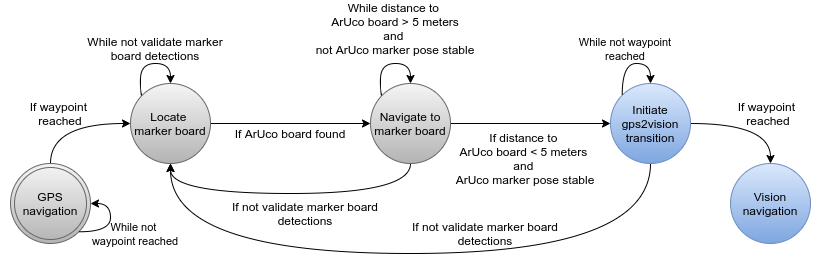
Before: master_report/Figures/state_machine_gps2vision_transition.png, a diagram exported from draw.io (Kenil16/master_project). Source tidied: cells renumbered, new cells last; positions are measured from the earlier drawing's top-left corner, leaving out a move shared by most shapes. Its diagram source:
```xml
<mxGraphModel>
  <root>
    <mxCell id="0" />
    <mxCell id="1" parent="0" />
    <mxCell id="2" style="edgeStyle=orthogonalEdgeStyle;curved=1;rounded=0;jettySize=auto;html=1;exitX=1;exitY=0.5;exitDx=0;exitDy=0;entryX=0;entryY=0.5;entryDx=0;entryDy=0;endArrow=classic;endFill=1;" parent="1" edge="1" source="4" target="7">
      <mxGeometry relative="1" as="geometry" />
    </mxCell>
    <mxCell id="3" style="edgeStyle=orthogonalEdgeStyle;curved=1;rounded=0;jettySize=auto;html=1;exitX=0.5;exitY=1;exitDx=0;exitDy=0;entryX=0.5;entryY=1;entryDx=0;entryDy=0;endArrow=classic;endFill=1;" parent="1" edge="1" source="4" target="9">
      <mxGeometry relative="1" as="geometry">
        <Array as="points">
          <mxPoint x="410" y="180" />
          <mxPoint x="170" y="180" />
        </Array>
      </mxGeometry>
    </mxCell>
    <mxCell id="4" value="Navigate to marker board" style="ellipse;whiteSpace=wrap;html=1;gradientColor=#b3b3b3;fillColor=#f5f5f5;strokeColor=#666666;" parent="1" vertex="1">
      <mxGeometry x="370" y="70" width="80" height="80" as="geometry" />
    </mxCell>
    <mxCell id="5" style="edgeStyle=orthogonalEdgeStyle;curved=1;rounded=0;jettySize=auto;html=1;exitX=1;exitY=0.5;exitDx=0;exitDy=0;entryX=0.5;entryY=0;entryDx=0;entryDy=0;endArrow=classic;endFill=1;" parent="1" edge="1" source="7" target="10">
      <mxGeometry relative="1" as="geometry" />
    </mxCell>
    <mxCell id="6" style="edgeStyle=orthogonalEdgeStyle;curved=1;rounded=0;jettySize=auto;html=1;exitX=0.5;exitY=1;exitDx=0;exitDy=0;entryX=0.5;entryY=1;entryDx=0;entryDy=0;endArrow=classic;endFill=1;" parent="1" edge="1" source="7" target="9">
      <mxGeometry relative="1" as="geometry">
        <Array as="points">
          <mxPoint x="650" y="240" />
          <mxPoint x="170" y="240" />
        </Array>
      </mxGeometry>
    </mxCell>
    <mxCell id="7" value="Initiate gps2vision transition" style="ellipse;whiteSpace=wrap;html=1;gradientColor=#7ea6e0;fillColor=#dae8fc;strokeColor=#6c8ebf;" parent="1" vertex="1">
      <mxGeometry x="610" y="70" width="80" height="80" as="geometry" />
    </mxCell>
    <mxCell id="8" style="edgeStyle=orthogonalEdgeStyle;curved=1;rounded=0;jettySize=auto;html=1;entryX=0;entryY=0.5;entryDx=0;entryDy=0;endArrow=classic;endFill=1;" parent="1" edge="1" source="9" target="4">
      <mxGeometry relative="1" as="geometry" />
    </mxCell>
    <mxCell id="9" value="Locate &lt;br&gt;marker board" style="ellipse;whiteSpace=wrap;html=1;gradientColor=#b3b3b3;fillColor=#f5f5f5;strokeColor=#666666;" parent="1" vertex="1">
      <mxGeometry x="130" y="70" width="80" height="80" as="geometry" />
    </mxCell>
    <mxCell id="10" value="Vision navigation" style="ellipse;whiteSpace=wrap;html=1;gradientColor=#7ea6e0;fillColor=#dae8fc;strokeColor=#6c8ebf;" parent="1" vertex="1">
      <mxGeometry x="730" y="150" width="80" height="80" as="geometry" />
    </mxCell>
    <mxCell id="11" value="&lt;span style=&quot;font-size: 11px ; background-color: rgb(255 , 255 , 255)&quot;&gt;While not &lt;br&gt;waypoint&amp;nbsp;&lt;/span&gt;&lt;span style=&quot;font-size: 11px ; background-color: rgb(255 , 255 , 255)&quot;&gt;reached&lt;/span&gt;" style="text;html=1;strokeColor=none;fillColor=none;align=center;verticalAlign=middle;whiteSpace=wrap;rounded=0;" parent="1" vertex="1">
      <mxGeometry x="80" y="205" width="110" height="30" as="geometry" />
    </mxCell>
    <mxCell id="12" value="If waypoint &lt;br&gt;reached" style="text;html=1;strokeColor=none;fillColor=none;align=center;verticalAlign=middle;whiteSpace=wrap;rounded=0;" parent="1" vertex="1">
      <mxGeometry y="90" width="120" height="20" as="geometry" />
    </mxCell>
    <mxCell id="13" value="While distance to &lt;br&gt;ArUco board &amp;gt; 5 meters&lt;br&gt;and &lt;br&gt;not ArUco marker pose stable" style="text;html=1;strokeColor=none;fillColor=none;align=center;verticalAlign=middle;whiteSpace=wrap;rounded=0;" parent="1" vertex="1">
      <mxGeometry x="270" width="250" height="30" as="geometry" />
    </mxCell>
    <mxCell id="14" value="If ArUco board found" style="text;html=1;strokeColor=none;fillColor=none;align=center;verticalAlign=middle;whiteSpace=wrap;rounded=0;" parent="1" vertex="1">
      <mxGeometry x="220" y="110" width="140" height="20" as="geometry" />
    </mxCell>
    <mxCell id="15" value="If not validate marker board detections" style="text;html=1;strokeColor=none;fillColor=none;align=center;verticalAlign=middle;whiteSpace=wrap;rounded=0;" parent="1" vertex="1">
      <mxGeometry x="230" y="190" width="150" height="20" as="geometry" />
    </mxCell>
    <mxCell id="16" value="If distance to &lt;br&gt;ArUco board &amp;lt; 5 meters &lt;br&gt;and &lt;br&gt;ArUco marker pose stable" style="text;html=1;strokeColor=none;fillColor=none;align=center;verticalAlign=middle;whiteSpace=wrap;rounded=0;" parent="1" vertex="1">
      <mxGeometry x="400" y="130" width="250" height="30" as="geometry" />
    </mxCell>
    <mxCell id="17" style="edgeStyle=orthogonalEdgeStyle;curved=1;rounded=0;orthogonalLoop=1;jettySize=auto;html=1;exitX=0;exitY=0;exitDx=0;exitDy=0;entryX=0.5;entryY=0;entryDx=0;entryDy=0;endArrow=classic;endFill=1;" parent="1" edge="1" source="4" target="4">
      <mxGeometry relative="1" as="geometry">
        <Array as="points">
          <mxPoint x="380" y="82" />
          <mxPoint x="380" y="50" />
          <mxPoint x="410" y="50" />
        </Array>
      </mxGeometry>
    </mxCell>
    <mxCell id="18" style="edgeStyle=orthogonalEdgeStyle;curved=1;rounded=0;orthogonalLoop=1;jettySize=auto;html=1;exitX=0;exitY=0;exitDx=0;exitDy=0;entryX=0.5;entryY=0;entryDx=0;entryDy=0;endArrow=classic;endFill=1;" parent="1" edge="1" source="9" target="9">
      <mxGeometry relative="1" as="geometry">
        <Array as="points">
          <mxPoint x="140" y="82" />
          <mxPoint x="140" y="50" />
          <mxPoint x="170" y="50" />
        </Array>
      </mxGeometry>
    </mxCell>
    <mxCell id="19" style="edgeStyle=orthogonalEdgeStyle;curved=1;rounded=0;orthogonalLoop=1;jettySize=auto;html=1;exitX=0;exitY=0;exitDx=0;exitDy=0;entryX=0.5;entryY=0;entryDx=0;entryDy=0;endArrow=classic;endFill=1;" parent="1" edge="1" source="7" target="7">
      <mxGeometry relative="1" as="geometry">
        <Array as="points">
          <mxPoint x="622" y="50" />
          <mxPoint x="650" y="50" />
        </Array>
      </mxGeometry>
    </mxCell>
    <mxCell id="20" value="&lt;span style=&quot;font-size: 11px ; background-color: rgb(255 , 255 , 255)&quot;&gt;While not waypoint&lt;/span&gt;&lt;br style=&quot;font-size: 11px&quot;&gt;&lt;span style=&quot;font-size: 11px ; background-color: rgb(255 , 255 , 255)&quot;&gt;reached&lt;/span&gt;" style="text;html=1;strokeColor=none;fillColor=none;align=center;verticalAlign=middle;whiteSpace=wrap;rounded=0;" parent="1" vertex="1">
      <mxGeometry x="570" y="20" width="110" height="30" as="geometry" />
    </mxCell>
    <mxCell id="21" value="If waypoint &lt;br&gt;reached" style="text;html=1;strokeColor=none;fillColor=none;align=center;verticalAlign=middle;whiteSpace=wrap;rounded=0;" parent="1" vertex="1">
      <mxGeometry x="707.5" y="90" width="120" height="20" as="geometry" />
    </mxCell>
    <mxCell id="22" style="edgeStyle=orthogonalEdgeStyle;curved=1;rounded=0;orthogonalLoop=1;jettySize=auto;html=1;exitX=0.5;exitY=1;exitDx=0;exitDy=0;endArrow=classic;endFill=1;" parent="1" edge="1" source="12" target="12">
      <mxGeometry relative="1" as="geometry" />
    </mxCell>
    <mxCell id="23" value="If not validate marker board detections" style="text;html=1;strokeColor=none;fillColor=none;align=center;verticalAlign=middle;whiteSpace=wrap;rounded=0;" parent="1" vertex="1">
      <mxGeometry x="410" y="210" width="150" height="20" as="geometry" />
    </mxCell>
    <mxCell id="24" style="edgeStyle=orthogonalEdgeStyle;curved=1;rounded=0;jettySize=auto;html=1;exitX=0.5;exitY=0;exitDx=0;exitDy=0;entryX=0;entryY=0.5;entryDx=0;entryDy=0;endArrow=classic;endFill=1;" parent="1" edge="1" source="25" target="9">
      <mxGeometry relative="1" as="geometry" />
    </mxCell>
    <mxCell id="25" value="GPS&lt;br&gt;navigation" style="ellipse;shape=doubleEllipse;whiteSpace=wrap;html=1;gradientColor=#b3b3b3;fillColor=#f5f5f5;strokeColor=#666666;" parent="1" vertex="1">
      <mxGeometry x="10" y="150" width="80" height="80" as="geometry" />
    </mxCell>
    <mxCell id="26" style="edgeStyle=orthogonalEdgeStyle;curved=1;rounded=0;orthogonalLoop=1;jettySize=auto;html=1;exitX=1;exitY=1;exitDx=0;exitDy=0;entryX=1;entryY=0.5;entryDx=0;entryDy=0;endArrow=classic;endFill=1;" parent="1" edge="1" source="25" target="25">
      <mxGeometry relative="1" as="geometry">
        <Array as="points">
          <mxPoint x="110" y="218" />
          <mxPoint x="110" y="190" />
        </Array>
      </mxGeometry>
    </mxCell>
    <mxCell id="27" value="While not validate marker board detections" style="text;html=1;strokeColor=none;fillColor=none;align=center;verticalAlign=middle;whiteSpace=wrap;rounded=0;" parent="1" vertex="1">
      <mxGeometry x="80" y="25" width="150" height="20" as="geometry" />
    </mxCell>
  </root>
</mxGraphModel>
```
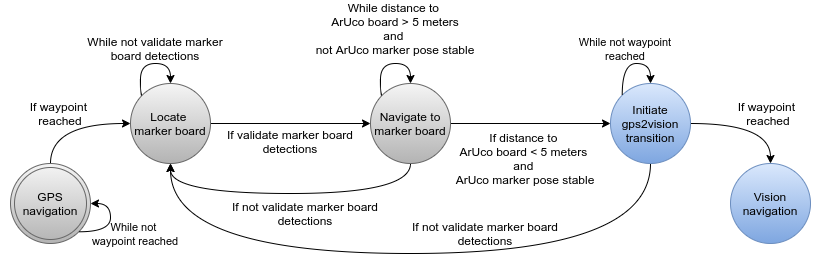
The same file after the commit.

What changed in the source:
```diff
@@ -48,9 +48,6 @@
     <mxCell id="13" value="While distance to &lt;br&gt;ArUco board &amp;gt; 5 meters&lt;br&gt;and &lt;br&gt;not ArUco marker pose stable" style="text;html=1;strokeColor=none;fillColor=none;align=center;verticalAlign=middle;whiteSpace=wrap;rounded=0;" parent="1" vertex="1">
       <mxGeometry x="270" width="250" height="30" as="geometry" />
     </mxCell>
-    <mxCell id="14" value="If ArUco board found" style="text;html=1;strokeColor=none;fillColor=none;align=center;verticalAlign=middle;whiteSpace=wrap;rounded=0;" parent="1" vertex="1">
-      <mxGeometry x="220" y="110" width="140" height="20" as="geometry" />
-    </mxCell>
     <mxCell id="15" value="If not validate marker board detections" style="text;html=1;strokeColor=none;fillColor=none;align=center;verticalAlign=middle;whiteSpace=wrap;rounded=0;" parent="1" vertex="1">
       <mxGeometry x="230" y="190" width="150" height="20" as="geometry" />
     </mxCell>
@@ -112,5 +109,11 @@
     <mxCell id="27" value="While not validate marker board detections" style="text;html=1;strokeColor=none;fillColor=none;align=center;verticalAlign=middle;whiteSpace=wrap;rounded=0;" parent="1" vertex="1">
       <mxGeometry x="80" y="25" width="150" height="20" as="geometry" />
     </mxCell>
+    <mxCell id="28" style="edgeStyle=orthogonalEdgeStyle;curved=1;rounded=0;orthogonalLoop=1;jettySize=auto;html=1;exitX=0.5;exitY=1;exitDx=0;exitDy=0;startArrow=none;startFill=0;endArrow=classic;endFill=1;" parent="1" edge="1" source="15" target="15">
+      <mxGeometry relative="1" as="geometry" />
+    </mxCell>
+    <mxCell id="29" value="If validate marker board detections" style="text;html=1;strokeColor=none;fillColor=none;align=center;verticalAlign=middle;whiteSpace=wrap;rounded=0;" parent="1" vertex="1">
+      <mxGeometry x="215" y="118" width="150" height="20" as="geometry" />
+    </mxCell>
   </root>
 </mxGraphModel>
```
